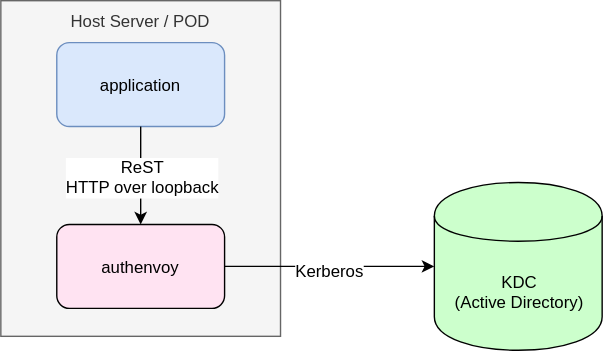
jcmturner/authenvoy keeps this draw.io diagram as diagram.svg. Above is the earlier version. Source tidied: cells renumbered, new cells last; positions are measured from the earlier drawing's top-left corner, leaving out a move shared by most shapes.
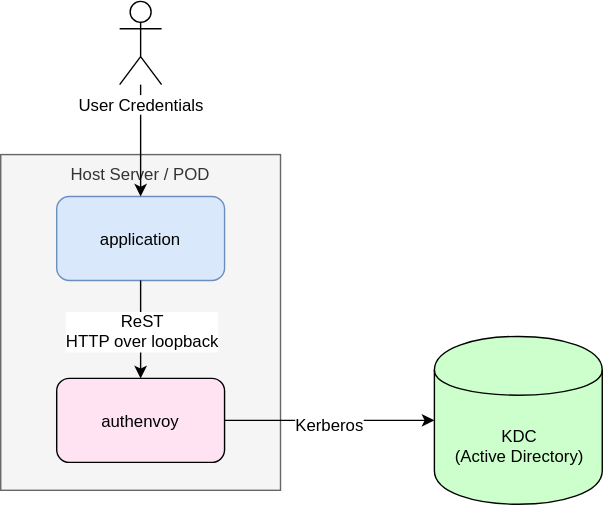
The same diagram one commit later.

Diff of the diagram source:
```diff
@@ -26,5 +26,11 @@
     <mxCell id="9" value="ReST&lt;br&gt;HTTP over loopback" style="text;html=1;align=center;verticalAlign=middle;labelBackgroundColor=#ffffff;" parent="8" vertex="1">
       <mxGeometry y="1" relative="1" as="geometry" />
     </mxCell>
+    <mxCell id="10" style="edgeStyle=orthogonalEdgeStyle;rounded=0;html=1;jettySize=auto;" parent="1" edge="1" source="11" target="3">
+      <mxGeometry relative="1" as="geometry" />
+    </mxCell>
+    <mxCell id="11" value="User Credentials" style="shape=umlActor;verticalLabelPosition=bottom;labelBackgroundColor=#ffffff;verticalAlign=top;html=1;outlineConnect=0;fillColor=#FFFFFF;strokeColor=#000000;" parent="1" vertex="1">
+      <mxGeometry x="85" y="-110" width="30" height="60" as="geometry" />
+    </mxCell>
   </root>
 </mxGraphModel>
```
